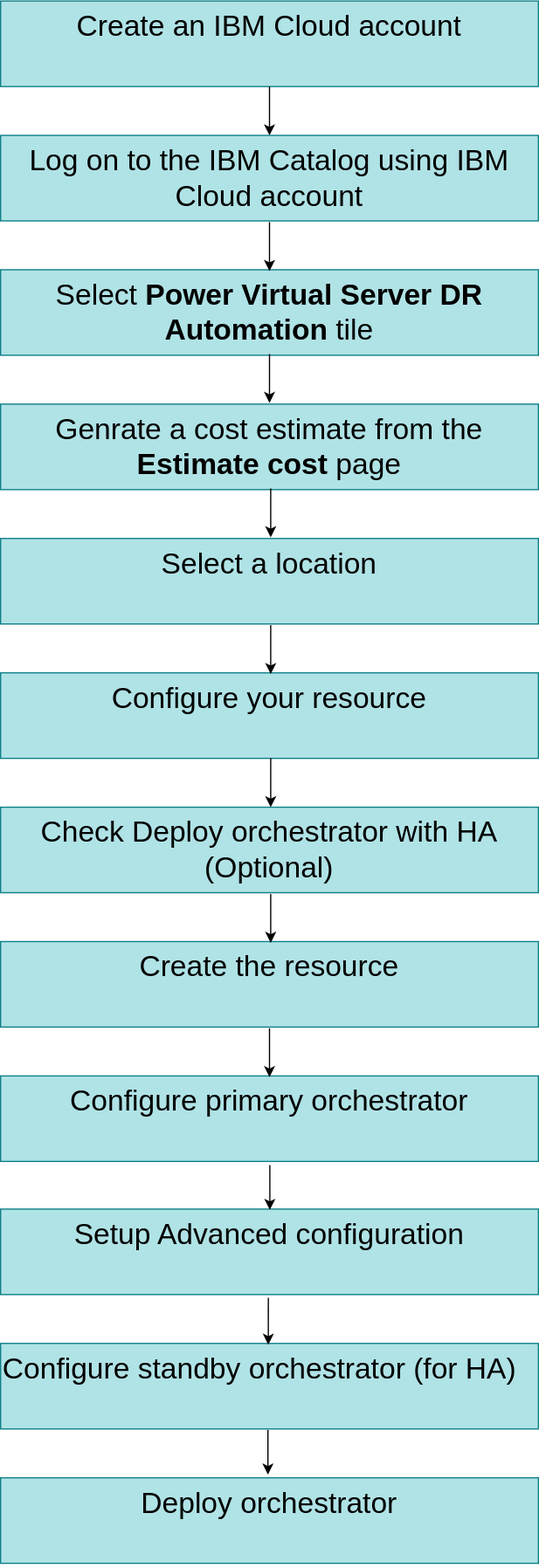
The draw.io diagram images/Flow-chart-drawio.svg in ibm-cloud-docs/dr-automation-powervs, before a commit. Source tidied: cells renumbered, new cells last; positions are measured from the earlier drawing's top-left corner, leaving out a move shared by most shapes.
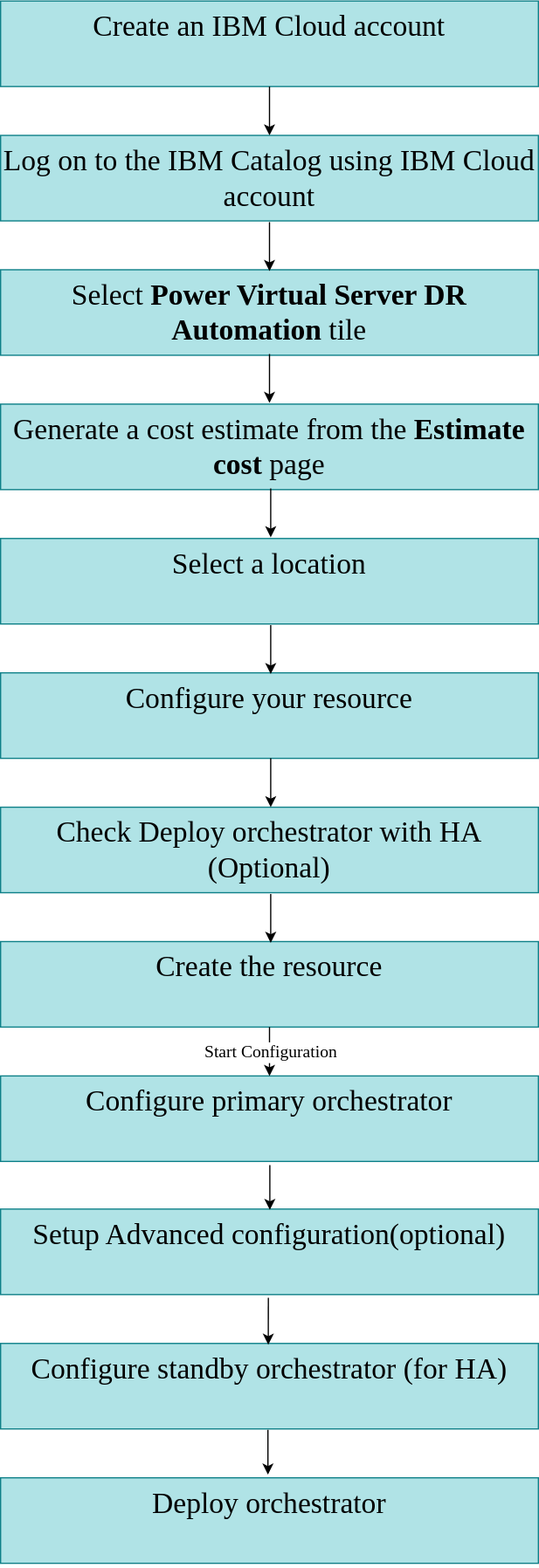
The same file after the commit.

Change to the diagram source:
```diff
@@ -2,37 +2,37 @@
   <root>
     <mxCell id="0" />
     <mxCell id="1" parent="0" />
-    <mxCell id="2" value="&lt;font style=&quot;font-size: 24px;&quot;&gt;Log on to the IBM Catalog using IBM Cloud account&lt;/font&gt;" style="text;html=1;whiteSpace=wrap;overflow=hidden;rounded=0;fillColor=#b0e3e6;strokeColor=#0e8088;align=center;" parent="1" vertex="1">
+    <mxCell id="2" value="&lt;font face=&quot;camel case&quot; style=&quot;font-size: 24px;&quot;&gt;Log on to the IBM Catalog using IBM Cloud account&lt;/font&gt;" style="text;html=1;whiteSpace=wrap;overflow=hidden;rounded=0;fillColor=#b0e3e6;strokeColor=#0e8088;align=center;" parent="1" vertex="1">
       <mxGeometry y="110" width="440" height="70" as="geometry" />
     </mxCell>
-    <mxCell id="3" value="&lt;font style=&quot;font-size: 24px;&quot;&gt;Select &lt;b style=&quot;&quot;&gt;Power Virtual Server DR Automation&lt;/b&gt;&amp;nbsp;tile&lt;/font&gt;" style="text;html=1;whiteSpace=wrap;overflow=hidden;rounded=0;fillColor=#b0e3e6;strokeColor=#0e8088;align=center;" parent="1" vertex="1">
+    <mxCell id="3" value="&lt;font face=&quot;camel case&quot; style=&quot;font-size: 24px;&quot;&gt;Select &lt;b style=&quot;&quot;&gt;Power Virtual Server DR Automation&lt;/b&gt;&amp;nbsp;tile&lt;/font&gt;" style="text;html=1;whiteSpace=wrap;overflow=hidden;rounded=0;fillColor=#b0e3e6;strokeColor=#0e8088;align=center;" parent="1" vertex="1">
       <mxGeometry y="220" width="440" height="70" as="geometry" />
     </mxCell>
-    <mxCell id="4" value="&lt;font style=&quot;font-size: 24px;&quot;&gt;Select a location&lt;/font&gt;" style="text;html=1;whiteSpace=wrap;overflow=hidden;rounded=0;fillColor=#b0e3e6;strokeColor=#0e8088;align=center;" parent="1" vertex="1">
+    <mxCell id="4" value="&lt;font face=&quot;camel case&quot; style=&quot;font-size: 24px;&quot;&gt;Select a location&lt;/font&gt;" style="text;html=1;whiteSpace=wrap;overflow=hidden;rounded=0;fillColor=#b0e3e6;strokeColor=#0e8088;align=center;" parent="1" vertex="1">
       <mxGeometry y="440" width="440" height="70" as="geometry" />
     </mxCell>
-    <mxCell id="5" value="&lt;font style=&quot;font-size: 24px;&quot;&gt;Configure your resource&lt;/font&gt;" style="text;html=1;whiteSpace=wrap;overflow=hidden;rounded=0;fillColor=#b0e3e6;strokeColor=#0e8088;align=center;" parent="1" vertex="1">
+    <mxCell id="5" value="&lt;font face=&quot;camel case&quot; style=&quot;font-size: 24px;&quot;&gt;Configure your resource&lt;/font&gt;" style="text;html=1;whiteSpace=wrap;overflow=hidden;rounded=0;fillColor=#b0e3e6;strokeColor=#0e8088;align=center;" parent="1" vertex="1">
       <mxGeometry y="550" width="440" height="70" as="geometry" />
     </mxCell>
-    <mxCell id="6" value="&lt;font style=&quot;font-size: 24px;&quot;&gt;Check Deploy orchestrator with HA (Optional)&lt;/font&gt;" style="text;html=1;whiteSpace=wrap;overflow=hidden;rounded=0;fillColor=#b0e3e6;strokeColor=#0e8088;align=center;" parent="1" vertex="1">
+    <mxCell id="6" value="&lt;font face=&quot;camel case&quot; style=&quot;font-size: 24px;&quot;&gt;Check Deploy orchestrator with HA (Optional)&lt;/font&gt;" style="text;html=1;whiteSpace=wrap;overflow=hidden;rounded=0;fillColor=#b0e3e6;strokeColor=#0e8088;align=center;" parent="1" vertex="1">
       <mxGeometry y="660" width="440" height="70" as="geometry" />
     </mxCell>
-    <mxCell id="7" value="&lt;font style=&quot;font-size: 24px;&quot;&gt;Create an IBM Cloud account&lt;/font&gt;" style="text;html=1;whiteSpace=wrap;overflow=hidden;rounded=0;fillColor=#b0e3e6;strokeColor=#0e8088;align=center;" parent="1" vertex="1">
+    <mxCell id="7" value="&lt;font face=&quot;camel case&quot; style=&quot;font-size: 24px;&quot;&gt;Create an IBM Cloud account&lt;/font&gt;" style="text;html=1;whiteSpace=wrap;overflow=hidden;rounded=0;fillColor=#b0e3e6;strokeColor=#0e8088;align=center;" parent="1" vertex="1">
       <mxGeometry width="440" height="70" as="geometry" />
     </mxCell>
-    <mxCell id="8" value="&lt;font style=&quot;font-size: 24px;&quot;&gt;Configure primary orchestrator&lt;/font&gt;" style="text;html=1;whiteSpace=wrap;overflow=hidden;rounded=0;fillColor=#b0e3e6;strokeColor=#0e8088;align=center;" parent="1" vertex="1">
+    <mxCell id="8" value="&lt;font face=&quot;camel case&quot; style=&quot;font-size: 24px;&quot;&gt;Configure primary orchestrator&lt;/font&gt;" style="text;html=1;whiteSpace=wrap;overflow=hidden;rounded=0;fillColor=#b0e3e6;strokeColor=#0e8088;align=center;" parent="1" vertex="1">
       <mxGeometry y="880" width="440" height="70" as="geometry" />
     </mxCell>
-    <mxCell id="9" value="&lt;font style=&quot;font-size: 24px;&quot;&gt;Create the resource&lt;/font&gt;" style="text;html=1;whiteSpace=wrap;overflow=hidden;rounded=0;fillColor=#b0e3e6;strokeColor=#0e8088;align=center;" parent="1" vertex="1">
+    <mxCell id="9" value="&lt;font face=&quot;camel case&quot; style=&quot;font-size: 24px;&quot;&gt;Create the resource&lt;/font&gt;" style="text;html=1;whiteSpace=wrap;overflow=hidden;rounded=0;fillColor=#b0e3e6;strokeColor=#0e8088;align=center;" parent="1" vertex="1">
       <mxGeometry y="770" width="440" height="70" as="geometry" />
     </mxCell>
-    <mxCell id="10" value="&lt;font style=&quot;font-size: 24px;&quot;&gt;Setup Advanced configuration&lt;/font&gt;" style="text;html=1;whiteSpace=wrap;overflow=hidden;rounded=0;fillColor=#b0e3e6;strokeColor=#0e8088;align=center;" parent="1" vertex="1">
+    <mxCell id="10" value="&lt;font face=&quot;camel case&quot; style=&quot;font-size: 24px;&quot;&gt;Setup Advanced configuration(optional)&lt;/font&gt;" style="text;html=1;whiteSpace=wrap;overflow=hidden;rounded=0;fillColor=#b0e3e6;strokeColor=#0e8088;align=center;" parent="1" vertex="1">
       <mxGeometry y="989" width="440" height="70" as="geometry" />
     </mxCell>
-    <mxCell id="11" value="&lt;font style=&quot;font-size: 24px;&quot;&gt;Configure standby orchestrator (for HA)&lt;/font&gt;" style="text;html=1;whiteSpace=wrap;overflow=hidden;rounded=0;fillColor=#b0e3e6;strokeColor=#0e8088;" parent="1" vertex="1">
+    <mxCell id="11" value="&lt;font face=&quot;camel case&quot; style=&quot;font-size: 24px;&quot;&gt;Configure standby orchestrator (for HA)&lt;/font&gt;" style="text;html=1;whiteSpace=wrap;overflow=hidden;rounded=0;fillColor=#b0e3e6;strokeColor=#0e8088;align=center;" parent="1" vertex="1">
       <mxGeometry y="1099" width="440" height="70" as="geometry" />
     </mxCell>
-    <mxCell id="12" value="&lt;font style=&quot;font-size: 24px;&quot;&gt;Deploy orchestrator&lt;/font&gt;" style="text;html=1;whiteSpace=wrap;overflow=hidden;rounded=0;fillColor=#b0e3e6;strokeColor=#0e8088;align=center;" parent="1" vertex="1">
+    <mxCell id="12" value="&lt;font face=&quot;camel case&quot; style=&quot;font-size: 24px;&quot;&gt;Deploy orchestrator&lt;/font&gt;" style="text;html=1;whiteSpace=wrap;overflow=hidden;rounded=0;fillColor=#b0e3e6;strokeColor=#0e8088;align=center;" parent="1" vertex="1">
       <mxGeometry y="1209" width="440" height="70" as="geometry" />
     </mxCell>
     <mxCell id="13" style="endArrow=classic;html=1;rounded=0;entryX=0.473;entryY=0.01;entryDx=0;entryDy=0;entryPerimeter=0;exitX=0.473;exitY=1.043;exitDx=0;exitDy=0;exitPerimeter=0;" parent="1" edge="1">
@@ -53,7 +53,7 @@
         <mxPoint x="218.7" y="1206.3" as="targetPoint" />
       </mxGeometry>
     </mxCell>
-    <mxCell id="16" value="&lt;font style=&quot;font-size: 24px;&quot;&gt;Genrate a cost estimate from the &lt;b style=&quot;&quot;&gt;Estimate cost&lt;/b&gt; page&lt;/font&gt;" style="text;html=1;whiteSpace=wrap;overflow=hidden;rounded=0;fillColor=#b0e3e6;strokeColor=#0e8088;align=center;" parent="1" vertex="1">
+    <mxCell id="16" value="&lt;font face=&quot;camel case&quot; style=&quot;font-size: 24px;&quot;&gt;Generate a cost estimate from the &lt;b style=&quot;&quot;&gt;Estimate cost&lt;/b&gt; page&lt;/font&gt;" style="text;html=1;whiteSpace=wrap;overflow=hidden;rounded=0;fillColor=#b0e3e6;strokeColor=#0e8088;align=center;" parent="1" vertex="1">
       <mxGeometry y="330" width="440" height="70" as="geometry" />
     </mxCell>
     <mxCell id="17" style="endArrow=classic;html=1;rounded=0;exitX=0.5;exitY=1;exitDx=0;exitDy=0;" parent="1" edge="1" source="7" target="2">
@@ -95,11 +95,11 @@
         <mxPoint x="221" y="771" as="targetPoint" />
       </mxGeometry>
     </mxCell>
-    <mxCell id="24" style="endArrow=classic;html=1;rounded=0;exitX=0.5;exitY=1;exitDx=0;exitDy=0;" parent="1" edge="1">
-      <mxGeometry relative="1" as="geometry">
-        <mxPoint x="220" y="841" as="sourcePoint" />
-        <mxPoint x="220" y="881" as="targetPoint" />
-      </mxGeometry>
-    </mxCell>
+    <mxCell id="25" style="endArrow=classic;html=1;rounded=0;exitX=0.5;exitY=1;exitDx=0;exitDy=0;entryX=0.5;entryY=0;entryDx=0;entryDy=0;" parent="1" edge="1" source="9" target="8">
+      <mxGeometry relative="1" as="geometry" />
+    </mxCell>
+    <mxCell id="26" value="&lt;font style=&quot;font-size: 14px;&quot; face=&quot;camel case&quot;&gt;Start Configuration&lt;/font&gt;" style="edgeLabel;html=1;align=center;verticalAlign=middle;" parent="25" vertex="1">
+      <mxGeometry relative="1" as="geometry" />
+    </mxCell>
   </root>
 </mxGraphModel>
```
